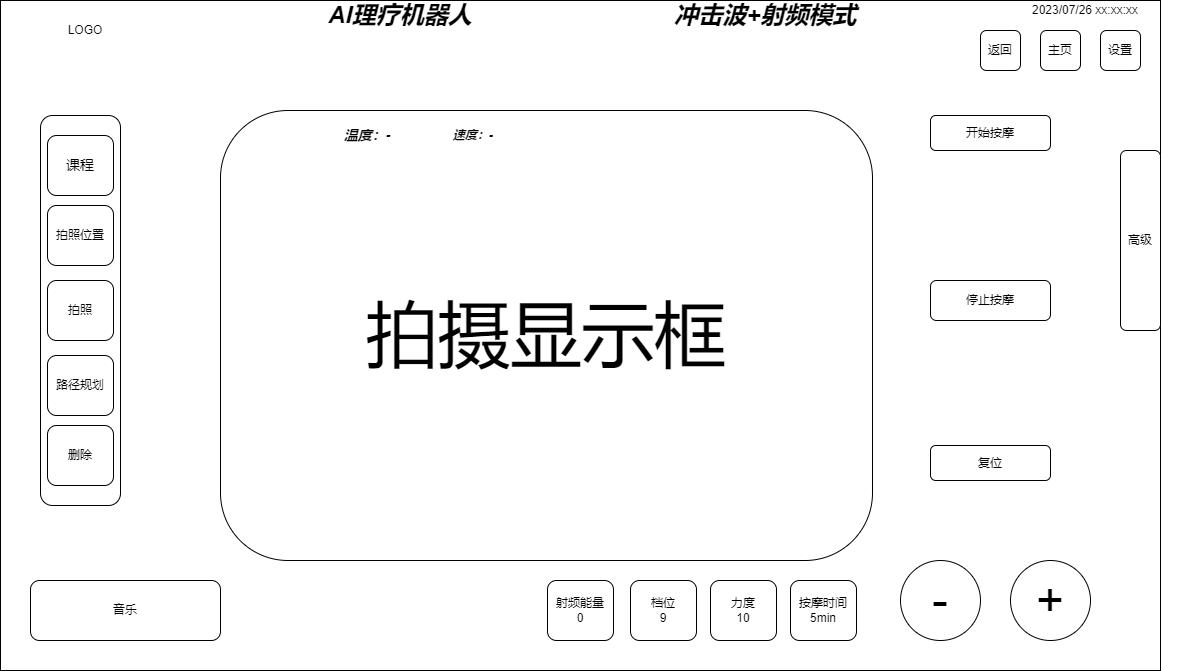
Earlier version of the draw.io export MiaoMiTwo.drawio.png (Durpe/Drawio). Source tidied: cells renumbered, new cells last; positions are measured from the earlier drawing's top-left corner, leaving out a move shared by most shapes.
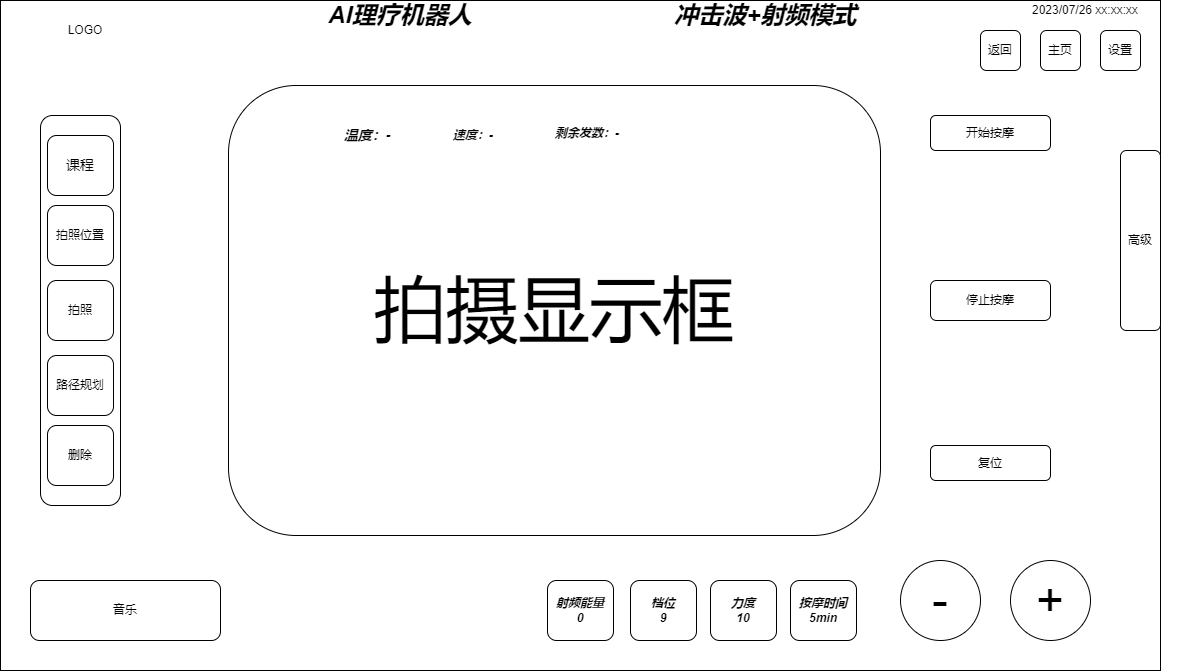
The same file after the commit.

The edit, as a diff of the source:
```diff
@@ -41,16 +41,16 @@
     <mxCell id="14" value="高级" style="rounded=1;whiteSpace=wrap;html=1;" parent="1" vertex="1">
       <mxGeometry x="1120" y="150" width="40" height="180" as="geometry" />
     </mxCell>
-    <mxCell id="15" value="射频能量&lt;br&gt;0" style="rounded=1;whiteSpace=wrap;html=1;" parent="1" vertex="1">
+    <mxCell id="15" value="&lt;b&gt;&lt;i&gt;射频能量&lt;br&gt;0&lt;/i&gt;&lt;/b&gt;" style="rounded=1;whiteSpace=wrap;html=1;" parent="1" vertex="1">
       <mxGeometry x="547" y="580" width="66" height="60" as="geometry" />
     </mxCell>
-    <mxCell id="16" value="档位&lt;br&gt;9" style="rounded=1;whiteSpace=wrap;html=1;" parent="1" vertex="1">
+    <mxCell id="16" value="&lt;b&gt;&lt;i&gt;档位&lt;br&gt;9&lt;/i&gt;&lt;/b&gt;" style="rounded=1;whiteSpace=wrap;html=1;" parent="1" vertex="1">
       <mxGeometry x="630" y="580" width="66" height="60" as="geometry" />
     </mxCell>
-    <mxCell id="17" value="按摩时间&lt;br&gt;5min" style="rounded=1;whiteSpace=wrap;html=1;" parent="1" vertex="1">
+    <mxCell id="17" value="&lt;b&gt;&lt;i&gt;按摩时间&lt;br&gt;5min&lt;/i&gt;&lt;/b&gt;" style="rounded=1;whiteSpace=wrap;html=1;" parent="1" vertex="1">
       <mxGeometry x="790" y="580" width="66" height="60" as="geometry" />
     </mxCell>
-    <mxCell id="18" value="力度&lt;br&gt;10" style="rounded=1;whiteSpace=wrap;html=1;" parent="1" vertex="1">
+    <mxCell id="18" value="&lt;b&gt;&lt;i&gt;力度&lt;br&gt;10&lt;/i&gt;&lt;/b&gt;" style="rounded=1;whiteSpace=wrap;html=1;" parent="1" vertex="1">
       <mxGeometry x="710" y="580" width="66" height="60" as="geometry" />
     </mxCell>
     <mxCell id="19" value="&lt;font style=&quot;font-size: 48px;&quot;&gt;-&lt;/font&gt;" style="ellipse;whiteSpace=wrap;html=1;" parent="1" vertex="1">
@@ -60,7 +60,7 @@
       <mxGeometry x="1010" y="560" width="80" height="80" as="geometry" />
     </mxCell>
     <mxCell id="21" value="&lt;font style=&quot;font-size: 72px;&quot;&gt;拍摄显示框&lt;/font&gt;" style="rounded=1;whiteSpace=wrap;html=1;" parent="1" vertex="1">
-      <mxGeometry x="220" y="110" width="652" height="450" as="geometry" />
+      <mxGeometry x="228" y="85" width="652" height="450" as="geometry" />
     </mxCell>
     <mxCell id="22" value="&lt;font style=&quot;font-size: 24px;&quot;&gt;&lt;b&gt;&lt;i&gt;冲击波+射频模式&lt;/i&gt;&lt;/b&gt;&lt;/font&gt;" style="text;html=1;strokeColor=none;fillColor=none;align=center;verticalAlign=middle;whiteSpace=wrap;rounded=0;" parent="1" vertex="1">
       <mxGeometry x="651" width="229" height="30" as="geometry" />
@@ -86,5 +86,8 @@
     <mxCell id="29" value="&lt;b&gt;&lt;i&gt;速度：-&lt;/i&gt;&lt;/b&gt;" style="text;html=1;strokeColor=none;fillColor=none;align=center;verticalAlign=middle;whiteSpace=wrap;rounded=0;" parent="1" vertex="1">
       <mxGeometry x="430" y="120" width="86" height="30" as="geometry" />
     </mxCell>
+    <mxCell id="30" value="&lt;b&gt;&lt;i&gt;剩余发数：-&lt;/i&gt;&lt;/b&gt;" style="text;html=1;strokeColor=none;fillColor=none;align=center;verticalAlign=middle;whiteSpace=wrap;rounded=0;" parent="1" vertex="1">
+      <mxGeometry x="544" y="117.5" width="86" height="30" as="geometry" />
+    </mxCell>
   </root>
 </mxGraphModel>
```
